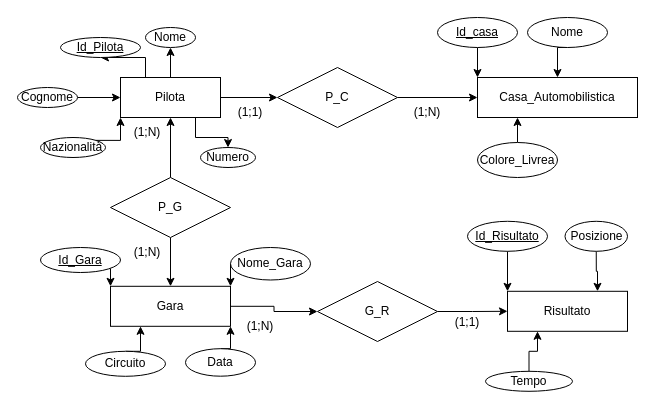
Earlier version of the draw.io diagram Diagramma senza titolo.drawio (James2-2/informatica-2025-2026). Source tidied: cells renumbered, new cells numbered last; positions are measured from the earlier drawing's top-left corner, leaving out a move shared by most shapes. Both pictures are drawn from the tidied source at 100%, with x=0, y=0 at pixel (17, 17).
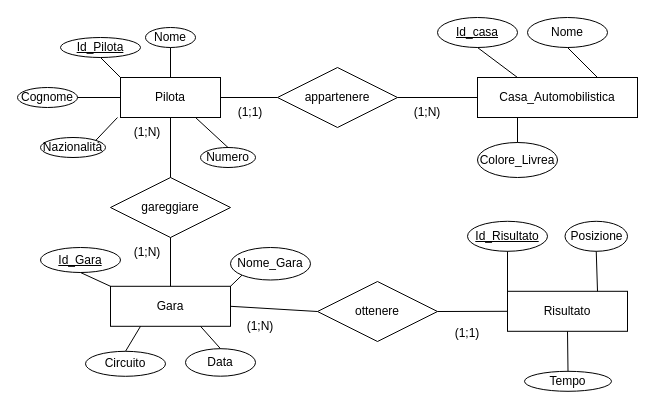
After the change.

The change refers to these unchanged cells:
```xml
<mxCell id="6" value="Pilota" style="whiteSpace=wrap;html=1;align=center;labelBackgroundColor=none;" parent="1" vertex="1">
  <mxGeometry x="103" y="60" width="100" height="40" as="geometry" />
</mxCell>
<mxCell id="7" value="Nome" style="ellipse;whiteSpace=wrap;html=1;align=center;labelBackgroundColor=none;" parent="1" vertex="1">
  <mxGeometry x="128" y="10" width="50" height="20" as="geometry" />
</mxCell>
<mxCell id="8" value="Id_Pilota" style="ellipse;whiteSpace=wrap;html=1;align=center;fontStyle=4;labelBackgroundColor=none;" parent="1" vertex="1">
  <mxGeometry x="43" y="20" width="80" height="20" as="geometry" />
</mxCell>
<mxCell id="10" value="Cognome" style="ellipse;whiteSpace=wrap;html=1;align=center;labelBackgroundColor=none;" parent="1" vertex="1">
  <mxGeometry y="70" width="60" height="20" as="geometry" />
</mxCell>
<mxCell id="12" value="Nazionalità" style="ellipse;whiteSpace=wrap;html=1;align=center;labelBackgroundColor=none;" parent="1" vertex="1">
  <mxGeometry x="23" y="120" width="65" height="20" as="geometry" />
</mxCell>
<mxCell id="13" value="Casa_Automobilistica" style="whiteSpace=wrap;html=1;align=center;labelBackgroundColor=none;" parent="1" vertex="1">
  <mxGeometry x="460" y="60" width="160" height="40" as="geometry" />
</mxCell>
<mxCell id="14" value="Numero" style="ellipse;whiteSpace=wrap;html=1;align=center;labelBackgroundColor=none;" parent="1" vertex="1">
  <mxGeometry x="183" y="130" width="55" height="20" as="geometry" />
</mxCell>
<mxCell id="16" value="Id_casa" style="ellipse;whiteSpace=wrap;html=1;align=center;fontStyle=4;labelBackgroundColor=none;" parent="1" vertex="1">
  <mxGeometry x="420" width="80" height="30" as="geometry" />
</mxCell>
<mxCell id="18" value="Nome" style="ellipse;whiteSpace=wrap;html=1;align=center;labelBackgroundColor=none;" parent="1" vertex="1">
  <mxGeometry x="510" width="80" height="30" as="geometry" />
</mxCell>
<mxCell id="20" value="Colore_Livrea" style="ellipse;whiteSpace=wrap;html=1;align=center;labelBackgroundColor=none;" parent="1" vertex="1">
  <mxGeometry x="460" y="125" width="80" height="35" as="geometry" />
</mxCell>
<mxCell id="22" value="Gara" style="whiteSpace=wrap;html=1;align=center;labelBackgroundColor=none;" parent="1" vertex="1">
  <mxGeometry x="93" y="268.8" width="120" height="40" as="geometry" />
</mxCell>
<mxCell id="24" value="Id_Gara" style="ellipse;whiteSpace=wrap;html=1;align=center;fontStyle=4;labelBackgroundColor=none;" parent="1" vertex="1">
  <mxGeometry x="23" y="230" width="80" height="25" as="geometry" />
</mxCell>
<mxCell id="26" value="Nome_Gara" style="ellipse;whiteSpace=wrap;html=1;align=center;labelBackgroundColor=none;" parent="1" vertex="1">
  <mxGeometry x="213" y="230" width="80" height="32.5" as="geometry" />
</mxCell>
<mxCell id="28" value="Circuito" style="ellipse;whiteSpace=wrap;html=1;align=center;labelBackgroundColor=none;" parent="1" vertex="1">
  <mxGeometry x="68" y="333.8" width="80" height="25" as="geometry" />
</mxCell>
<mxCell id="30" value="Data" style="ellipse;whiteSpace=wrap;html=1;align=center;labelBackgroundColor=none;" parent="1" vertex="1">
  <mxGeometry x="168" y="331.2" width="70" height="27.5" as="geometry" />
</mxCell>
<mxCell id="31" value="Risultato" style="whiteSpace=wrap;html=1;align=center;labelBackgroundColor=none;" parent="1" vertex="1">
  <mxGeometry x="490" y="273.8" width="120" height="40" as="geometry" />
</mxCell>
<mxCell id="33" value="Id_Risultato" style="ellipse;whiteSpace=wrap;html=1;align=center;fontStyle=4;labelBackgroundColor=none;" parent="1" vertex="1">
  <mxGeometry x="450" y="203.8" width="80" height="30" as="geometry" />
</mxCell>
<mxCell id="35" value="Posizione" style="ellipse;whiteSpace=wrap;html=1;align=center;labelBackgroundColor=none;" parent="1" vertex="1">
  <mxGeometry x="547.5" y="203.8" width="62.5" height="30" as="geometry" />
</mxCell>
<mxCell id="45" value="(1;N)" style="text;html=1;whiteSpace=wrap;strokeColor=none;fillColor=none;align=center;verticalAlign=middle;rounded=0;labelBackgroundColor=none;" parent="1" vertex="1">
  <mxGeometry x="100" y="100" width="60" height="30" as="geometry" />
</mxCell>
```

What changed in the source:
```diff
@@
-    <mxCell id="2" style="edgeStyle=orthogonalEdgeStyle;rounded=0;jettySize=auto;html=1;exitX=0.25;exitY=0;exitDx=0;exitDy=0;entryX=0.5;entryY=1;entryDx=0;entryDy=0;labelBackgroundColor=none;fontColor=default;" parent="1" edge="1" source="6" target="8">
-      <mxGeometry relative="1" as="geometry" />
-    </mxCell>
-    <mxCell id="3" style="edgeStyle=orthogonalEdgeStyle;rounded=0;jettySize=auto;html=1;exitX=0.75;exitY=0;exitDx=0;exitDy=0;entryX=0.5;entryY=1;entryDx=0;entryDy=0;labelBackgroundColor=none;fontColor=default;" parent="1" edge="1" source="6" target="7">
-      <mxGeometry relative="1" as="geometry" />
-    </mxCell>
-    <mxCell id="4" style="edgeStyle=orthogonalEdgeStyle;rounded=0;jettySize=auto;html=1;exitX=0.75;exitY=1;exitDx=0;exitDy=0;entryX=0.5;entryY=0;entryDx=0;entryDy=0;fontColor=default;labelBackgroundColor=none;" parent="1" edge="1" source="6" target="14">
-      <mxGeometry relative="1" as="geometry" />
-    </mxCell>
-    <mxCell id="5" style="edgeStyle=orthogonalEdgeStyle;rounded=0;jettySize=auto;html=1;exitX=1;exitY=0.5;exitDx=0;exitDy=0;entryX=0;entryY=0.5;entryDx=0;entryDy=0;fontColor=default;labelBackgroundColor=none;" parent="1" edge="1" source="6" target="39">
-      <mxGeometry relative="1" as="geometry" />
-    </mxCell>
@@
-    <mxCell id="9" style="edgeStyle=orthogonalEdgeStyle;rounded=0;jettySize=auto;html=1;exitX=1;exitY=0.5;exitDx=0;exitDy=0;entryX=0;entryY=0.5;entryDx=0;entryDy=0;fontColor=default;labelBackgroundColor=none;" parent="1" edge="1" source="10" target="6">
-      <mxGeometry relative="1" as="geometry" />
-    </mxCell>
@@
-    <mxCell id="11" style="edgeStyle=orthogonalEdgeStyle;rounded=0;jettySize=auto;html=1;exitX=1;exitY=0;exitDx=0;exitDy=0;entryX=0;entryY=1;entryDx=0;entryDy=0;fontColor=default;labelBackgroundColor=none;" parent="1" edge="1" source="12" target="6">
-      <mxGeometry relative="1" as="geometry" />
-    </mxCell>
@@
-    <mxCell id="15" style="edgeStyle=orthogonalEdgeStyle;rounded=0;jettySize=auto;html=1;exitX=0.5;exitY=1;exitDx=0;exitDy=0;entryX=0;entryY=0;entryDx=0;entryDy=0;fontColor=default;labelBackgroundColor=none;" parent="1" edge="1" source="16" target="13">
-      <mxGeometry relative="1" as="geometry" />
-    </mxCell>
@@
-    <mxCell id="17" style="edgeStyle=orthogonalEdgeStyle;rounded=0;jettySize=auto;html=1;exitX=0.5;exitY=1;exitDx=0;exitDy=0;entryX=0.5;entryY=0;entryDx=0;entryDy=0;fontColor=default;labelBackgroundColor=none;" parent="1" edge="1" source="18" target="13">
-      <mxGeometry relative="1" as="geometry" />
-    </mxCell>
@@
-    <mxCell id="19" style="edgeStyle=orthogonalEdgeStyle;rounded=0;jettySize=auto;html=1;exitX=0.5;exitY=0;exitDx=0;exitDy=0;entryX=0.25;entryY=1;entryDx=0;entryDy=0;fontColor=default;labelBackgroundColor=none;" parent="1" edge="1" source="20" target="13">
-      <mxGeometry relative="1" as="geometry" />
-    </mxCell>
@@
-    <mxCell id="21" style="edgeStyle=orthogonalEdgeStyle;rounded=0;jettySize=auto;html=1;exitX=1;exitY=0.5;exitDx=0;exitDy=0;entryX=0;entryY=0.5;entryDx=0;entryDy=0;fontColor=default;labelBackgroundColor=none;" parent="1" edge="1" source="22" target="48">
-      <mxGeometry relative="1" as="geometry" />
-    </mxCell>
@@
-    <mxCell id="23" style="edgeStyle=orthogonalEdgeStyle;rounded=0;jettySize=auto;html=1;exitX=1;exitY=1;exitDx=0;exitDy=0;entryX=0;entryY=0;entryDx=0;entryDy=0;fontColor=default;labelBackgroundColor=none;" parent="1" edge="1" source="24" target="22">
-      <mxGeometry relative="1" as="geometry" />
-    </mxCell>
@@
-    <mxCell id="25" style="edgeStyle=orthogonalEdgeStyle;rounded=0;jettySize=auto;html=1;exitX=0;exitY=0.5;exitDx=0;exitDy=0;entryX=1;entryY=0;entryDx=0;entryDy=0;fontColor=default;labelBackgroundColor=none;" parent="1" edge="1" source="26" target="22">
-      <mxGeometry relative="1" as="geometry" />
-    </mxCell>
@@
-    <mxCell id="27" style="edgeStyle=orthogonalEdgeStyle;rounded=0;jettySize=auto;html=1;exitX=0.5;exitY=0;exitDx=0;exitDy=0;entryX=0.25;entryY=1;entryDx=0;entryDy=0;fontColor=default;labelBackgroundColor=none;" parent="1" edge="1" source="28" target="22">
-      <mxGeometry relative="1" as="geometry" />
-    </mxCell>
@@
-    <mxCell id="29" style="edgeStyle=orthogonalEdgeStyle;rounded=0;jettySize=auto;html=1;exitX=0.5;exitY=0;exitDx=0;exitDy=0;entryX=1;entryY=1;entryDx=0;entryDy=0;fontColor=default;labelBackgroundColor=none;" parent="1" edge="1" source="30" target="22">
-      <mxGeometry relative="1" as="geometry" />
-    </mxCell>
@@
-    <mxCell id="32" style="edgeStyle=orthogonalEdgeStyle;rounded=0;jettySize=auto;html=1;exitX=0.5;exitY=1;exitDx=0;exitDy=0;entryX=0;entryY=0;entryDx=0;entryDy=0;fontColor=default;labelBackgroundColor=none;" parent="1" edge="1" source="33" target="31">
-      <mxGeometry relative="1" as="geometry" />
-    </mxCell>
@@
-    <mxCell id="34" style="edgeStyle=orthogonalEdgeStyle;rounded=0;jettySize=auto;html=1;exitX=0.5;exitY=1;exitDx=0;exitDy=0;entryX=0.75;entryY=0;entryDx=0;entryDy=0;fontColor=default;labelBackgroundColor=none;" parent="1" edge="1" source="35" target="31">
-      <mxGeometry relative="1" as="geometry" />
-    </mxCell>
@@
-    <mxCell id="36" style="edgeStyle=orthogonalEdgeStyle;rounded=0;jettySize=auto;html=1;exitX=0.5;exitY=0;exitDx=0;exitDy=0;entryX=0.25;entryY=1;entryDx=0;entryDy=0;fontColor=default;labelBackgroundColor=none;" parent="1" edge="1" source="37" target="31">
-      <mxGeometry relative="1" as="geometry" />
-    </mxCell>
     <mxCell id="37" value="Tempo" style="ellipse;whiteSpace=wrap;html=1;align=center;labelBackgroundColor=none;" parent="1" vertex="1">
-      <mxGeometry x="468" y="353.8" width="87" height="20" as="geometry" />
+      <mxGeometry x="507" y="353.8" width="87" height="20" as="geometry" />
     </mxCell>
-    <mxCell id="38" style="edgeStyle=orthogonalEdgeStyle;rounded=0;jettySize=auto;html=1;exitX=1;exitY=0.5;exitDx=0;exitDy=0;entryX=0;entryY=0.5;entryDx=0;entryDy=0;fontColor=default;labelBackgroundColor=none;" parent="1" edge="1" source="39" target="13">
-      <mxGeometry relative="1" as="geometry" />
-    </mxCell>
-    <mxCell id="39" value="P_C" style="shape=rhombus;perimeter=rhombusPerimeter;whiteSpace=wrap;html=1;align=center;labelBackgroundColor=none;" parent="1" vertex="1">
+    <mxCell id="39" value="appartenere" style="shape=rhombus;perimeter=rhombusPerimeter;whiteSpace=wrap;html=1;align=center;labelBackgroundColor=none;" parent="1" vertex="1">
       <mxGeometry x="260" y="50" width="120" height="60" as="geometry" />
     </mxCell>
@@
-    <mxCell id="42" style="edgeStyle=orthogonalEdgeStyle;rounded=0;jettySize=auto;html=1;exitX=0.5;exitY=0;exitDx=0;exitDy=0;entryX=0.5;entryY=1;entryDx=0;entryDy=0;fontColor=default;labelBackgroundColor=none;" parent="1" edge="1" source="44" target="6">
-      <mxGeometry relative="1" as="geometry" />
-    </mxCell>
-    <mxCell id="43" style="edgeStyle=orthogonalEdgeStyle;rounded=0;jettySize=auto;html=1;exitX=0.5;exitY=1;exitDx=0;exitDy=0;entryX=0.5;entryY=0;entryDx=0;entryDy=0;fontColor=default;labelBackgroundColor=none;" parent="1" edge="1" source="44" target="22">
-      <mxGeometry relative="1" as="geometry" />
-    </mxCell>
-    <mxCell id="44" value="P_G" style="shape=rhombus;perimeter=rhombusPerimeter;whiteSpace=wrap;html=1;align=center;labelBackgroundColor=none;" parent="1" vertex="1">
+    <mxCell id="44" value="gareggiare" style="shape=rhombus;perimeter=rhombusPerimeter;whiteSpace=wrap;html=1;align=center;labelBackgroundColor=none;" parent="1" vertex="1">
       <mxGeometry x="93" y="160" width="120" height="60" as="geometry" />
     </mxCell>
@@
-    <mxCell id="47" style="edgeStyle=orthogonalEdgeStyle;rounded=0;jettySize=auto;html=1;exitX=1;exitY=0.5;exitDx=0;exitDy=0;entryX=0;entryY=0.5;entryDx=0;entryDy=0;fontColor=default;labelBackgroundColor=none;" parent="1" edge="1" source="48" target="31">
-      <mxGeometry relative="1" as="geometry" />
-    </mxCell>
-    <mxCell id="48" value="G_R" style="shape=rhombus;perimeter=rhombusPerimeter;whiteSpace=wrap;html=1;align=center;labelBackgroundColor=none;" parent="1" vertex="1">
+    <mxCell id="48" value="ottenere" style="shape=rhombus;perimeter=rhombusPerimeter;whiteSpace=wrap;html=1;align=center;labelBackgroundColor=none;" parent="1" vertex="1">
       <mxGeometry x="300" y="264" width="120" height="60" as="geometry" />
     </mxCell>
@@
     <mxCell id="50" value="(1;1)" style="text;html=1;whiteSpace=wrap;strokeColor=none;fillColor=none;align=center;verticalAlign=middle;rounded=0;labelBackgroundColor=none;" parent="1" vertex="1">
-      <mxGeometry x="420" y="290" width="60" height="30" as="geometry" />
+      <mxGeometry x="420" y="301.2" width="60" height="30" as="geometry" />
     </mxCell>
+    <mxCell id="38" style="endArrow=none;html=1;rounded=0;entryX=0;entryY=0.5;entryDx=0;entryDy=0;exitX=1;exitY=0.5;exitDx=0;exitDy=0;" parent="1" edge="1" source="39" target="13">
+      <mxGeometry relative="1" as="geometry" />
+    </mxCell>
+    <mxCell id="5" style="endArrow=none;html=1;rounded=0;exitX=1;exitY=0.5;exitDx=0;exitDy=0;entryX=0;entryY=0.5;entryDx=0;entryDy=0;" parent="1" edge="1" source="6" target="39">
+      <mxGeometry relative="1" as="geometry" />
+    </mxCell>
+    <mxCell id="42" style="endArrow=none;html=1;rounded=0;entryX=0.5;entryY=1;entryDx=0;entryDy=0;exitX=0.5;exitY=0;exitDx=0;exitDy=0;" parent="1" edge="1" source="44" target="6">
+      <mxGeometry relative="1" as="geometry" />
+    </mxCell>
+    <mxCell id="51" style="endArrow=none;html=1;rounded=0;entryX=0.5;entryY=1;entryDx=0;entryDy=0;exitX=0.5;exitY=0;exitDx=0;exitDy=0;" parent="1" edge="1" source="22" target="44">
+      <mxGeometry relative="1" as="geometry" />
+    </mxCell>
+    <mxCell id="52" style="endArrow=none;html=1;rounded=0;entryX=0;entryY=1;entryDx=0;entryDy=0;exitX=1;exitY=0;exitDx=0;exitDy=0;" parent="1" edge="1" source="22" target="26">
+      <mxGeometry relative="1" as="geometry" />
+    </mxCell>
+    <mxCell id="27" style="endArrow=none;html=1;rounded=0;exitX=0.5;exitY=0;exitDx=0;exitDy=0;entryX=0.25;entryY=1;entryDx=0;entryDy=0;" parent="1" edge="1" source="28" target="22">
+      <mxGeometry relative="1" as="geometry" />
+    </mxCell>
+    <mxCell id="29" style="endArrow=none;html=1;rounded=0;exitX=0.5;exitY=0;exitDx=0;exitDy=0;entryX=0.75;entryY=1;entryDx=0;entryDy=0;" parent="1" edge="1" source="30" target="22">
+      <mxGeometry relative="1" as="geometry" />
+    </mxCell>
+    <mxCell id="53" style="endArrow=none;html=1;rounded=0;entryX=0.5;entryY=0;entryDx=0;entryDy=0;exitX=0.5;exitY=1;exitDx=0;exitDy=0;" parent="1" edge="1" source="31" target="37">
+      <mxGeometry relative="1" as="geometry" />
+    </mxCell>
+    <mxCell id="54" style="endArrow=none;html=1;rounded=0;entryX=0.5;entryY=1;entryDx=0;entryDy=0;exitX=0.75;exitY=0;exitDx=0;exitDy=0;" parent="1" edge="1" source="31" target="35">
+      <mxGeometry relative="1" as="geometry" />
+    </mxCell>
+    <mxCell id="55" style="endArrow=none;html=1;rounded=0;entryX=0.5;entryY=1;entryDx=0;entryDy=0;exitX=0;exitY=0;exitDx=0;exitDy=0;" parent="1" edge="1" source="31" target="33">
+      <mxGeometry relative="1" as="geometry" />
+    </mxCell>
+    <mxCell id="47" style="endArrow=none;html=1;rounded=0;entryX=0;entryY=0.5;entryDx=0;entryDy=0;exitX=1;exitY=0.5;exitDx=0;exitDy=0;" parent="1" edge="1" source="48" target="31">
+      <mxGeometry relative="1" as="geometry" />
+    </mxCell>
+    <mxCell id="56" style="endArrow=none;html=1;rounded=0;entryX=1;entryY=0.5;entryDx=0;entryDy=0;exitX=0;exitY=0.5;exitDx=0;exitDy=0;" parent="1" edge="1" source="48" target="22">
+      <mxGeometry relative="1" as="geometry" />
+    </mxCell>
+    <mxCell id="3" style="endArrow=none;html=1;rounded=0;entryX=0.5;entryY=1;entryDx=0;entryDy=0;exitX=0.5;exitY=0;exitDx=0;exitDy=0;" parent="1" edge="1" source="6" target="7">
+      <mxGeometry relative="1" as="geometry" />
+    </mxCell>
+    <mxCell id="2" style="endArrow=none;html=1;rounded=0;entryX=0.5;entryY=1;entryDx=0;entryDy=0;exitX=0;exitY=0;exitDx=0;exitDy=0;" parent="1" edge="1" source="6" target="8">
+      <mxGeometry relative="1" as="geometry" />
+    </mxCell>
+    <mxCell id="57" style="endArrow=none;html=1;rounded=0;entryX=1;entryY=0.5;entryDx=0;entryDy=0;exitX=0;exitY=0.5;exitDx=0;exitDy=0;" parent="1" edge="1" source="6" target="10">
+      <mxGeometry relative="1" as="geometry" />
+    </mxCell>
+    <mxCell id="58" style="endArrow=none;html=1;rounded=0;entryX=1;entryY=0;entryDx=0;entryDy=0;exitX=0;exitY=0;exitDx=0;exitDy=0;" parent="1" edge="1" source="45" target="12">
+      <mxGeometry relative="1" as="geometry" />
+    </mxCell>
+    <mxCell id="4" style="endArrow=none;html=1;rounded=0;entryX=0.5;entryY=0;entryDx=0;entryDy=0;exitX=0.75;exitY=1;exitDx=0;exitDy=0;" parent="1" edge="1" source="6" target="14">
+      <mxGeometry relative="1" as="geometry" />
+    </mxCell>
+    <mxCell id="59" style="endArrow=none;html=1;rounded=0;entryX=0.5;entryY=1;entryDx=0;entryDy=0;exitX=0;exitY=0;exitDx=0;exitDy=0;" parent="1" edge="1" source="22" target="24">
+      <mxGeometry relative="1" as="geometry" />
+    </mxCell>
+    <mxCell id="60" style="endArrow=none;html=1;rounded=0;entryX=0.5;entryY=1;entryDx=0;entryDy=0;exitX=0.75;exitY=0;exitDx=0;exitDy=0;" parent="1" edge="1" source="13" target="18">
+      <mxGeometry relative="1" as="geometry" />
+    </mxCell>
+    <mxCell id="61" style="endArrow=none;html=1;rounded=0;entryX=0.5;entryY=1;entryDx=0;entryDy=0;exitX=0.25;exitY=0;exitDx=0;exitDy=0;" parent="1" edge="1" source="13" target="16">
+      <mxGeometry relative="1" as="geometry" />
+    </mxCell>
+    <mxCell id="62" style="endArrow=none;html=1;rounded=0;entryX=0.5;entryY=0;entryDx=0;entryDy=0;exitX=0.25;exitY=1;exitDx=0;exitDy=0;" parent="1" edge="1" source="13" target="20">
+      <mxGeometry relative="1" as="geometry" />
+    </mxCell>
```
